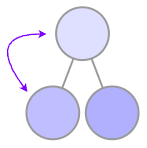
Before: pqueue/pqueue_swap.png, a diagram exported from draw.io (lgreco/images). Source tidied: cells renumbered, new cells last; positions are measured from the earlier drawing's top-left corner, leaving out a move shared by most shapes. The source it was exported from:
```xml
<mxGraphModel>
  <root>
    <mxCell id="0" />
    <mxCell id="1" parent="0" />
    <mxCell id="2" style="ellipse;whiteSpace=wrap;html=1;fillColor=#DFDFFF;strokeColor=#999999;fontColor=#ffffff;strokeWidth=3;" parent="1" vertex="1">
      <mxGeometry x="110" width="80" height="80" as="geometry" />
    </mxCell>
    <mxCell id="3" style="ellipse;whiteSpace=wrap;html=1;fillColor=#BFBFFF;strokeColor=#999999;fontColor=#ffffff;strokeWidth=3;flipH=1;legacyAnchorPoints=0;" parent="1" vertex="1">
      <mxGeometry x="65" y="120" width="80" height="80" as="geometry" />
    </mxCell>
    <mxCell id="4" style="ellipse;whiteSpace=wrap;html=1;fillColor=#B0B0FF;strokeColor=#999999;fontColor=#ffffff;strokeWidth=3;flipH=1;legacyAnchorPoints=0;" parent="1" vertex="1">
      <mxGeometry x="155" y="120" width="80" height="80" as="geometry" />
    </mxCell>
    <mxCell id="5" style="endArrow=none;html=1;rounded=0;strokeWidth=3;strokeColor=#999999;fillColor=#76608a;" parent="1" edge="1" source="3" target="2">
      <mxGeometry relative="1" as="geometry" />
    </mxCell>
    <mxCell id="6" style="endArrow=none;html=1;rounded=0;strokeWidth=3;strokeColor=#999999;fillColor=#76608a;" parent="1" edge="1" source="4" target="2">
      <mxGeometry relative="1" as="geometry" />
    </mxCell>
    <mxCell id="7" style="endArrow=classic;startArrow=classic;html=1;rounded=0;curved=1;fillColor=#e51400;strokeColor=#7F00FF;strokeWidth=2;" parent="1" edge="1">
      <mxGeometry relative="1" as="geometry">
        <mxPoint x="66.2" y="127.9" as="sourcePoint" />
        <mxPoint x="95" y="40" as="targetPoint" />
        <Array as="points">
          <mxPoint y="40" />
        </Array>
      </mxGeometry>
    </mxCell>
  </root>
</mxGraphModel>
```
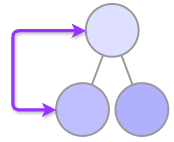
Later version of the same file.

Change to the diagram source:
```diff
@@ -17,12 +17,11 @@
     <mxCell id="6" style="endArrow=none;html=1;rounded=0;strokeWidth=3;strokeColor=#999999;fillColor=#76608a;" parent="1" edge="1" source="4" target="2">
       <mxGeometry relative="1" as="geometry" />
     </mxCell>
-    <mxCell id="7" style="endArrow=classic;startArrow=classic;html=1;rounded=0;curved=1;fillColor=#e51400;strokeColor=#7F00FF;strokeWidth=2;" parent="1" edge="1">
+    <mxCell id="7" style="endArrow=classic;startArrow=classic;html=1;rounded=1;strokeWidth=5;strokeColor=#9933FF;curved=0;shadow=1;" parent="1" edge="1" source="3" target="2">
       <mxGeometry relative="1" as="geometry">
-        <mxPoint x="66.2" y="127.9" as="sourcePoint" />
-        <mxPoint x="95" y="40" as="targetPoint" />
         <Array as="points">
-          <mxPoint y="40" />
+          <mxPoint x="-1" y="160" />
+          <mxPoint x="-1" y="40" />
         </Array>
       </mxGeometry>
     </mxCell>
```
